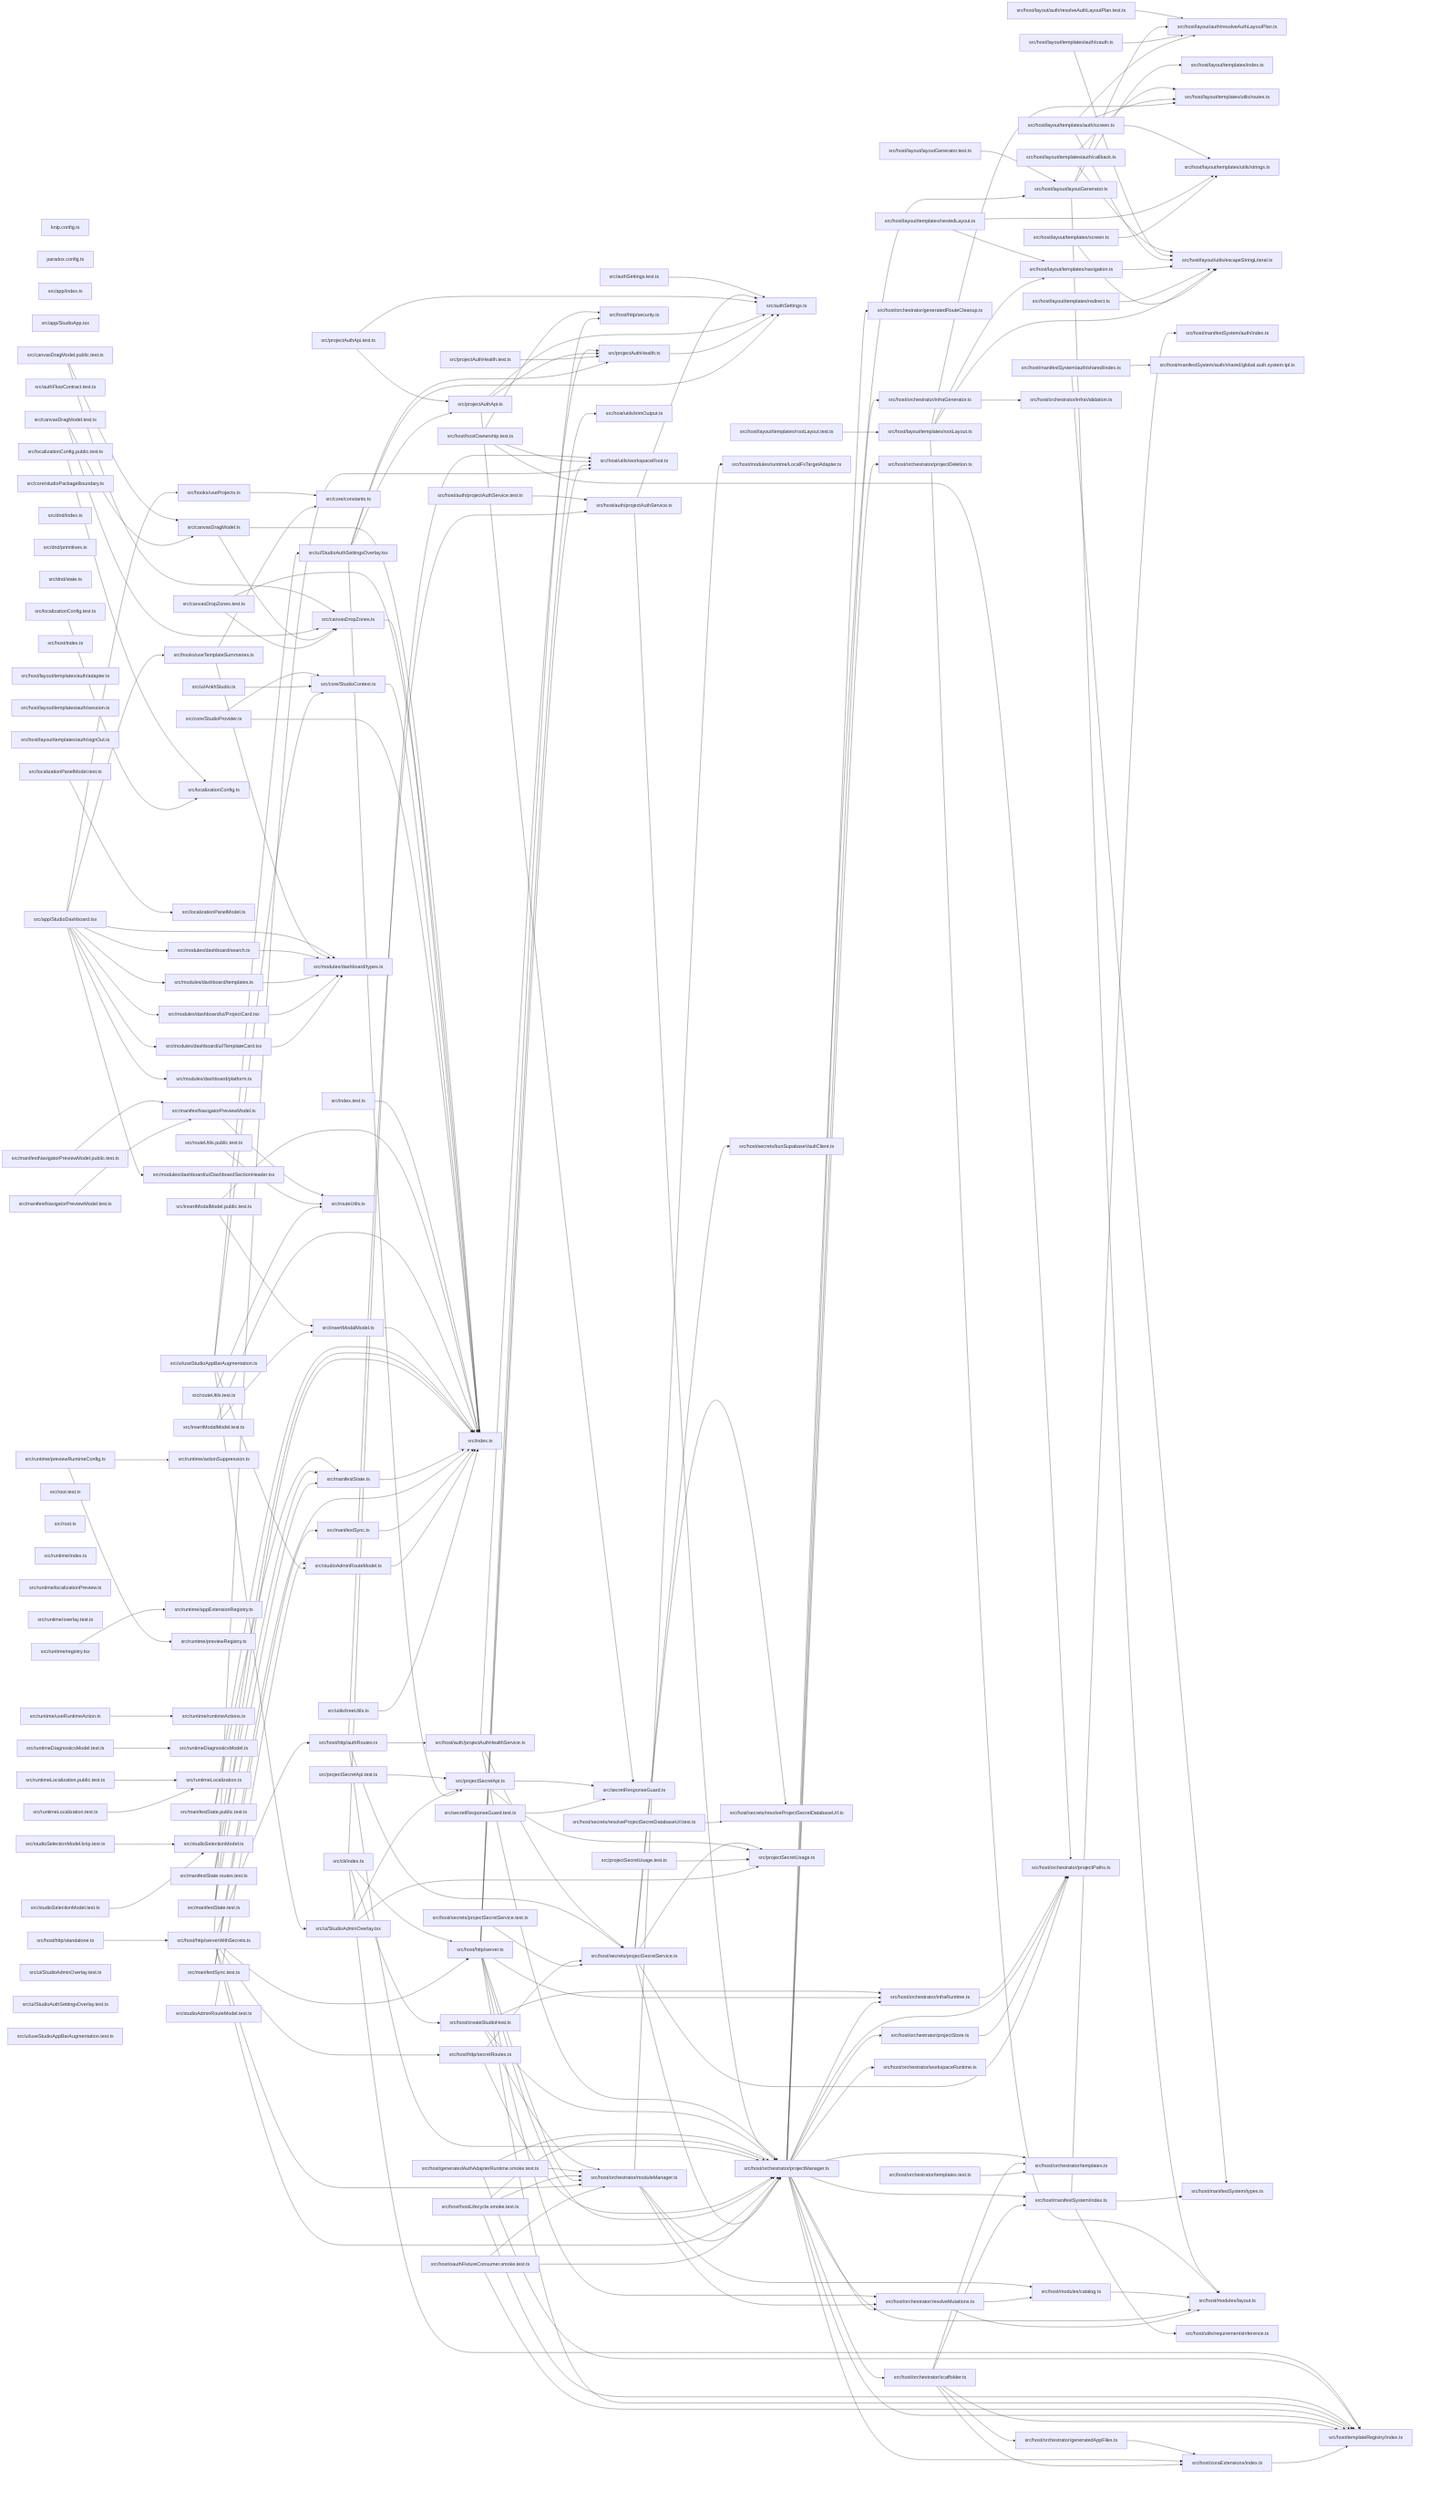
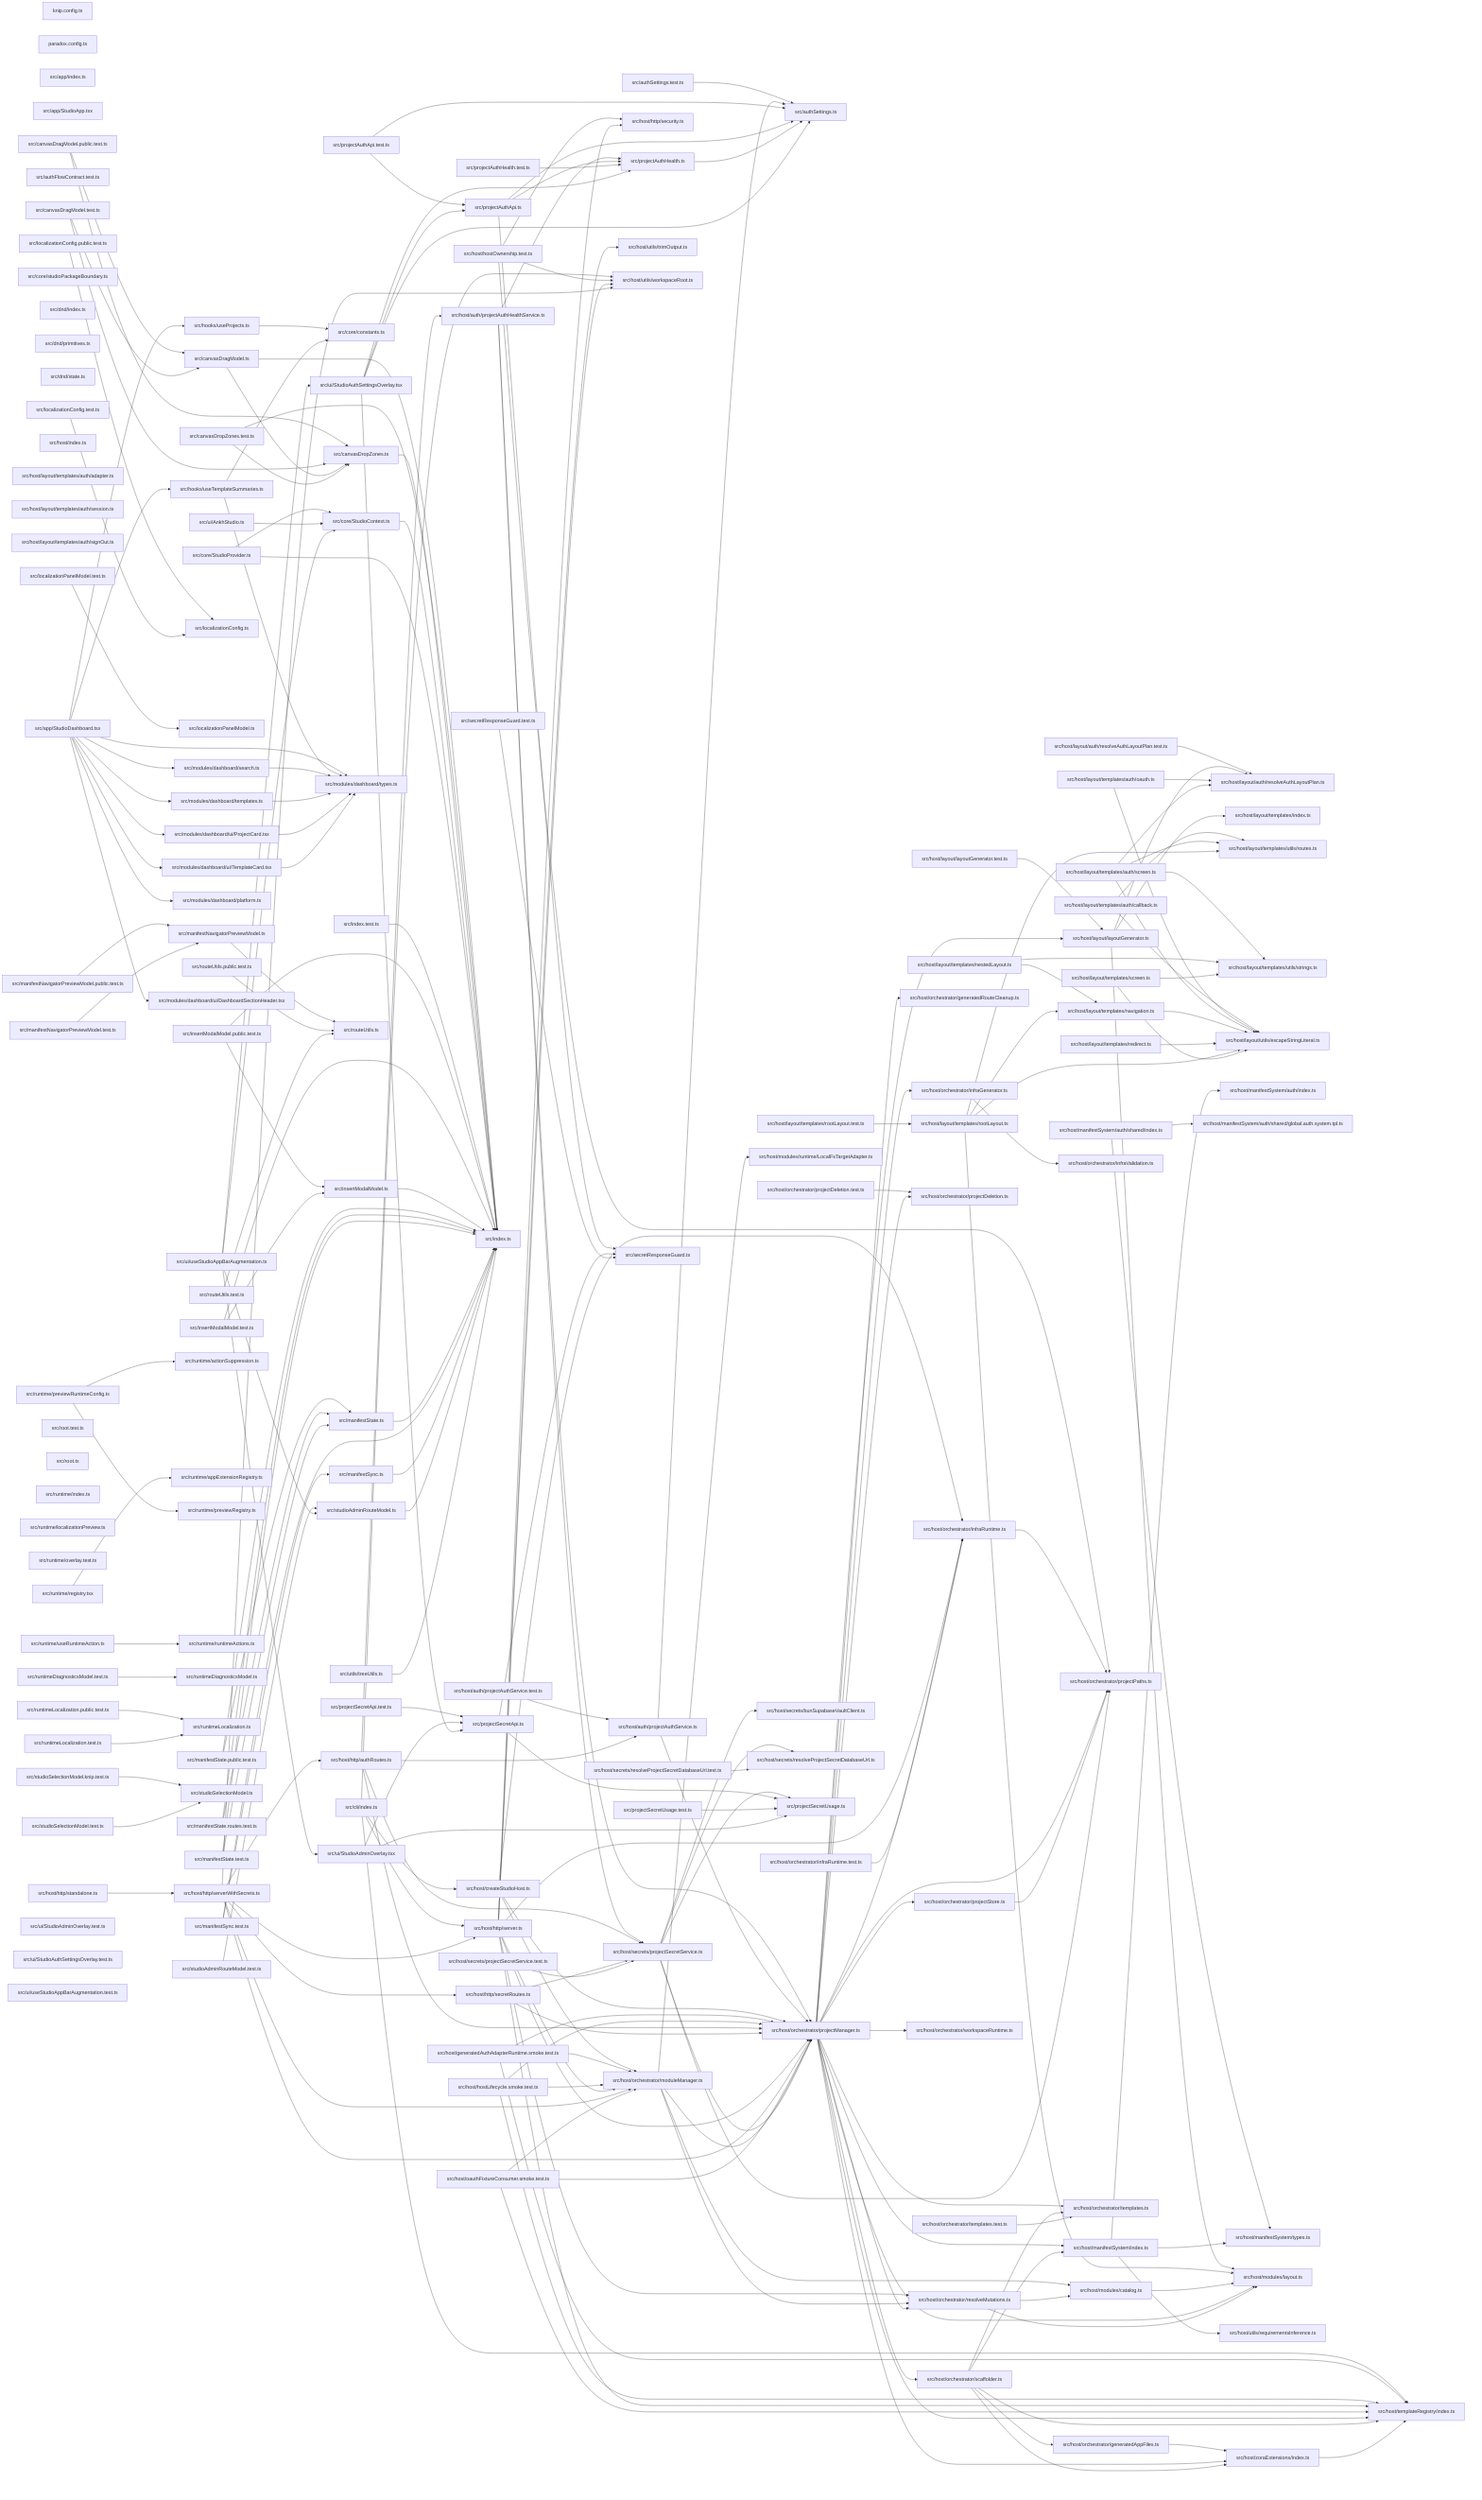
graph LR
  module_knip_config_ts["knip.config.ts"]
  module_paradox_config_ts["paradox.config.ts"]
  module_src_app_index_ts["src/app/index.ts"]
  module_src_app_StudioApp_tsx["src/app/StudioApp.tsx"]
  module_src_app_StudioDashboard_tsx["src/app/StudioDashboard.tsx"]
  module_src_authFlowContract_test_ts["src/authFlowContract.test.ts"]
  module_src_authSettings_test_ts["src/authSettings.test.ts"]
  module_src_authSettings_ts["src/authSettings.ts"]
  module_src_canvasDragModel_public_test_ts["src/canvasDragModel.public.test.ts"]
  module_src_canvasDragModel_test_ts["src/canvasDragModel.test.ts"]
  module_src_canvasDragModel_ts["src/canvasDragModel.ts"]
  module_src_canvasDropZones_test_ts["src/canvasDropZones.test.ts"]
  module_src_canvasDropZones_ts["src/canvasDropZones.ts"]
  module_src_cli_index_ts["src/cli/index.ts"]
  module_src_core_constants_ts["src/core/constants.ts"]
  module_src_core_StudioContext_ts["src/core/StudioContext.ts"]
  module_src_core_studioPackageBoundary_ts["src/core/studioPackageBoundary.ts"]
  module_src_core_StudioProvider_ts["src/core/StudioProvider.ts"]
  module_src_dnd_index_ts["src/dnd/index.ts"]
  module_src_dnd_primitives_ts["src/dnd/primitives.ts"]
  module_src_dnd_state_ts["src/dnd/state.ts"]
  module_src_hooks_useProjects_ts["src/hooks/useProjects.ts"]
  module_src_hooks_useTemplateSummaries_ts["src/hooks/useTemplateSummaries.ts"]
  module_src_host_auth_projectAuthHealthService_ts["src/host/auth/projectAuthHealthService.ts"]
  module_src_host_auth_projectAuthService_test_ts["src/host/auth/projectAuthService.test.ts"]
  module_src_host_auth_projectAuthService_ts["src/host/auth/projectAuthService.ts"]
  module_src_host_createStudioHost_ts["src/host/createStudioHost.ts"]
  module_src_host_generatedAuthAdapterRuntime_smoke_test_ts["src/host/generatedAuthAdapterRuntime.smoke.test.ts"]
  module_src_host_hostLifecycle_smoke_test_ts["src/host/hostLifecycle.smoke.test.ts"]
  module_src_host_hostOwnership_test_ts["src/host/hostOwnership.test.ts"]
  module_src_host_http_authRoutes_ts["src/host/http/authRoutes.ts"]
  module_src_host_http_secretRoutes_ts["src/host/http/secretRoutes.ts"]
  module_src_host_http_security_ts["src/host/http/security.ts"]
  module_src_host_http_server_ts["src/host/http/server.ts"]
  module_src_host_http_serverWithSecrets_ts["src/host/http/serverWithSecrets.ts"]
  module_src_host_http_standalone_ts["src/host/http/standalone.ts"]
  module_src_host_index_ts["src/host/index.ts"]
  module_src_host_layout_auth_resolveAuthLayoutPlan_test_ts["src/host/layout/auth/resolveAuthLayoutPlan.test.ts"]
  module_src_host_layout_auth_resolveAuthLayoutPlan_ts["src/host/layout/auth/resolveAuthLayoutPlan.ts"]
  module_src_host_layout_layoutGenerator_test_ts["src/host/layout/layoutGenerator.test.ts"]
  module_src_host_layout_layoutGenerator_ts["src/host/layout/layoutGenerator.ts"]
  module_src_host_layout_templates_auth_adapter_ts["src/host/layout/templates/auth/adapter.ts"]
  module_src_host_layout_templates_auth_callback_ts["src/host/layout/templates/auth/callback.ts"]
  module_src_host_layout_templates_auth_oauth_ts["src/host/layout/templates/auth/oauth.ts"]
  module_src_host_layout_templates_auth_screen_ts["src/host/layout/templates/auth/screen.ts"]
  module_src_host_layout_templates_auth_session_ts["src/host/layout/templates/auth/session.ts"]
  module_src_host_layout_templates_auth_signOut_ts["src/host/layout/templates/auth/signOut.ts"]
  module_src_host_layout_templates_index_ts["src/host/layout/templates/index.ts"]
  module_src_host_layout_templates_navigation_ts["src/host/layout/templates/navigation.ts"]
  module_src_host_layout_templates_nestedLayout_ts["src/host/layout/templates/nestedLayout.ts"]
  module_src_host_layout_templates_redirect_ts["src/host/layout/templates/redirect.ts"]
  module_src_host_layout_templates_rootLayout_test_ts["src/host/layout/templates/rootLayout.test.ts"]
  module_src_host_layout_templates_rootLayout_ts["src/host/layout/templates/rootLayout.ts"]
  module_src_host_layout_templates_screen_ts["src/host/layout/templates/screen.ts"]
  module_src_host_layout_templates_utils_routes_ts["src/host/layout/templates/utils/routes.ts"]
  module_src_host_layout_templates_utils_strings_ts["src/host/layout/templates/utils/strings.ts"]
  module_src_host_layout_utils_escapeStringLiteral_ts["src/host/layout/utils/escapeStringLiteral.ts"]
  module_src_host_manifestSystem_auth_index_ts["src/host/manifestSystem/auth/index.ts"]
  module_src_host_manifestSystem_auth_shared_global_auth_system_tpl_ts["src/host/manifestSystem/auth/shared/global.auth.system.tpl.ts"]
  module_src_host_manifestSystem_auth_shared_index_ts["src/host/manifestSystem/auth/shared/index.ts"]
  module_src_host_manifestSystem_index_ts["src/host/manifestSystem/index.ts"]
  module_src_host_manifestSystem_types_ts["src/host/manifestSystem/types.ts"]
  module_src_host_modules_catalog_ts["src/host/modules/catalog.ts"]
  module_src_host_modules_layout_ts["src/host/modules/layout.ts"]
  module_src_host_modules_runtime_LocalFsTargetAdapter_ts["src/host/modules/runtime/LocalFsTargetAdapter.ts"]
  module_src_host_oauthFixtureConsumer_smoke_test_ts["src/host/oauthFixtureConsumer.smoke.test.ts"]
  module_src_host_orchestrator_generatedAppFiles_ts["src/host/orchestrator/generatedAppFiles.ts"]
  module_src_host_orchestrator_generatedRouteCleanup_ts["src/host/orchestrator/generatedRouteCleanup.ts"]
  module_src_host_orchestrator_infraGenerator_ts["src/host/orchestrator/infraGenerator.ts"]
+   module_src_host_orchestrator_infraRuntime_test_ts["src/host/orchestrator/infraRuntime.test.ts"]
  module_src_host_orchestrator_infraRuntime_ts["src/host/orchestrator/infraRuntime.ts"]
  module_src_host_orchestrator_infraValidation_ts["src/host/orchestrator/infraValidation.ts"]
  module_src_host_orchestrator_moduleManager_ts["src/host/orchestrator/moduleManager.ts"]
+   module_src_host_orchestrator_projectDeletion_test_ts["src/host/orchestrator/projectDeletion.test.ts"]
  module_src_host_orchestrator_projectDeletion_ts["src/host/orchestrator/projectDeletion.ts"]
  module_src_host_orchestrator_projectManager_ts["src/host/orchestrator/projectManager.ts"]
  module_src_host_orchestrator_projectPaths_ts["src/host/orchestrator/projectPaths.ts"]
  module_src_host_orchestrator_projectStore_ts["src/host/orchestrator/projectStore.ts"]
  module_src_host_orchestrator_resolveMutations_ts["src/host/orchestrator/resolveMutations.ts"]
  module_src_host_orchestrator_scaffolder_ts["src/host/orchestrator/scaffolder.ts"]
  module_src_host_orchestrator_templates_test_ts["src/host/orchestrator/templates.test.ts"]
  module_src_host_orchestrator_templates_ts["src/host/orchestrator/templates.ts"]
  module_src_host_orchestrator_workspaceRuntime_ts["src/host/orchestrator/workspaceRuntime.ts"]
  module_src_host_secrets_bunSupabaseVaultClient_ts["src/host/secrets/bunSupabaseVaultClient.ts"]
  module_src_host_secrets_projectSecretService_test_ts["src/host/secrets/projectSecretService.test.ts"]
  module_src_host_secrets_projectSecretService_ts["src/host/secrets/projectSecretService.ts"]
  module_src_host_secrets_resolveProjectSecretDatabaseUrl_test_ts["src/host/secrets/resolveProjectSecretDatabaseUrl.test.ts"]
  module_src_host_secrets_resolveProjectSecretDatabaseUrl_ts["src/host/secrets/resolveProjectSecretDatabaseUrl.ts"]
  module_src_host_templateRegistry_index_ts["src/host/templateRegistry/index.ts"]
  module_src_host_utils_requirementsInference_ts["src/host/utils/requirementsInference.ts"]
  module_src_host_utils_trimOutput_ts["src/host/utils/trimOutput.ts"]
  module_src_host_utils_workspaceRoot_ts["src/host/utils/workspaceRoot.ts"]
  module_src_host_zoraExtensions_index_ts["src/host/zoraExtensions/index.ts"]
  module_src_index_test_ts["src/index.test.ts"]
  module_src_index_ts["src/index.ts"]
  module_src_insertModalModel_public_test_ts["src/insertModalModel.public.test.ts"]
  module_src_insertModalModel_test_ts["src/insertModalModel.test.ts"]
  module_src_insertModalModel_ts["src/insertModalModel.ts"]
  module_src_localizationConfig_public_test_ts["src/localizationConfig.public.test.ts"]
  module_src_localizationConfig_test_ts["src/localizationConfig.test.ts"]
  module_src_localizationConfig_ts["src/localizationConfig.ts"]
  module_src_localizationPanelModel_test_ts["src/localizationPanelModel.test.ts"]
  module_src_localizationPanelModel_ts["src/localizationPanelModel.ts"]
  module_src_manifestNavigatorPreviewModel_public_test_ts["src/manifestNavigatorPreviewModel.public.test.ts"]
  module_src_manifestNavigatorPreviewModel_test_ts["src/manifestNavigatorPreviewModel.test.ts"]
  module_src_manifestNavigatorPreviewModel_ts["src/manifestNavigatorPreviewModel.ts"]
  module_src_manifestState_public_test_ts["src/manifestState.public.test.ts"]
  module_src_manifestState_routes_test_ts["src/manifestState.routes.test.ts"]
  module_src_manifestState_test_ts["src/manifestState.test.ts"]
  module_src_manifestState_ts["src/manifestState.ts"]
  module_src_manifestSync_test_ts["src/manifestSync.test.ts"]
  module_src_manifestSync_ts["src/manifestSync.ts"]
  module_src_modules_dashboard_platform_ts["src/modules/dashboard/platform.ts"]
  module_src_modules_dashboard_search_ts["src/modules/dashboard/search.ts"]
  module_src_modules_dashboard_templates_ts["src/modules/dashboard/templates.ts"]
  module_src_modules_dashboard_types_ts["src/modules/dashboard/types.ts"]
  module_src_modules_dashboard_ui_DashboardSectionHeader_tsx["src/modules/dashboard/ui/DashboardSectionHeader.tsx"]
  module_src_modules_dashboard_ui_ProjectCard_tsx["src/modules/dashboard/ui/ProjectCard.tsx"]
  module_src_modules_dashboard_ui_TemplateCard_tsx["src/modules/dashboard/ui/TemplateCard.tsx"]
  module_src_projectAuthApi_test_ts["src/projectAuthApi.test.ts"]
  module_src_projectAuthApi_ts["src/projectAuthApi.ts"]
  module_src_projectAuthHealth_test_ts["src/projectAuthHealth.test.ts"]
  module_src_projectAuthHealth_ts["src/projectAuthHealth.ts"]
  module_src_projectSecretApi_test_ts["src/projectSecretApi.test.ts"]
  module_src_projectSecretApi_ts["src/projectSecretApi.ts"]
  module_src_projectSecretUsage_test_ts["src/projectSecretUsage.test.ts"]
  module_src_projectSecretUsage_ts["src/projectSecretUsage.ts"]
  module_src_root_test_ts["src/root.test.ts"]
  module_src_root_ts["src/root.ts"]
  module_src_routeUtils_public_test_ts["src/routeUtils.public.test.ts"]
  module_src_routeUtils_test_ts["src/routeUtils.test.ts"]
  module_src_routeUtils_ts["src/routeUtils.ts"]
  module_src_runtime_actionSuppression_ts["src/runtime/actionSuppression.ts"]
  module_src_runtime_appExtensionRegistry_ts["src/runtime/appExtensionRegistry.ts"]
  module_src_runtime_index_ts["src/runtime/index.ts"]
  module_src_runtime_localizationPreview_ts["src/runtime/localizationPreview.ts"]
  module_src_runtime_overlay_test_ts["src/runtime/overlay.test.ts"]
  module_src_runtime_previewRegistry_ts["src/runtime/previewRegistry.ts"]
  module_src_runtime_previewRuntimeConfig_ts["src/runtime/previewRuntimeConfig.ts"]
  module_src_runtime_registry_tsx["src/runtime/registry.tsx"]
  module_src_runtime_runtimeActions_ts["src/runtime/runtimeActions.ts"]
  module_src_runtime_useRuntimeAction_ts["src/runtime/useRuntimeAction.ts"]
  module_src_runtimeDiagnosticsModel_test_ts["src/runtimeDiagnosticsModel.test.ts"]
  module_src_runtimeDiagnosticsModel_ts["src/runtimeDiagnosticsModel.ts"]
  module_src_runtimeLocalization_public_test_ts["src/runtimeLocalization.public.test.ts"]
  module_src_runtimeLocalization_test_ts["src/runtimeLocalization.test.ts"]
  module_src_runtimeLocalization_ts["src/runtimeLocalization.ts"]
  module_src_secretResponseGuard_test_ts["src/secretResponseGuard.test.ts"]
  module_src_secretResponseGuard_ts["src/secretResponseGuard.ts"]
  module_src_studioAdminRouteModel_test_ts["src/studioAdminRouteModel.test.ts"]
  module_src_studioAdminRouteModel_ts["src/studioAdminRouteModel.ts"]
  module_src_studioSelectionModel_knip_test_ts["src/studioSelectionModel.knip.test.ts"]
  module_src_studioSelectionModel_test_ts["src/studioSelectionModel.test.ts"]
  module_src_studioSelectionModel_ts["src/studioSelectionModel.ts"]
  module_src_ui_AnkhStudio_ts["src/ui/AnkhStudio.ts"]
  module_src_ui_StudioAdminOverlay_test_ts["src/ui/StudioAdminOverlay.test.ts"]
  module_src_ui_StudioAdminOverlay_tsx["src/ui/StudioAdminOverlay.tsx"]
  module_src_ui_StudioAuthSettingsOverlay_test_ts["src/ui/StudioAuthSettingsOverlay.test.ts"]
  module_src_ui_StudioAuthSettingsOverlay_tsx["src/ui/StudioAuthSettingsOverlay.tsx"]
  module_src_ui_useStudioAppBarAugmentation_test_ts["src/ui/useStudioAppBarAugmentation.test.ts"]
  module_src_ui_useStudioAppBarAugmentation_ts["src/ui/useStudioAppBarAugmentation.ts"]
  module_src_utils_treeUtils_ts["src/utils/treeUtils.ts"]
  module_src_app_StudioDashboard_tsx --> module_src_hooks_useProjects_ts
  module_src_app_StudioDashboard_tsx --> module_src_hooks_useTemplateSummaries_ts
  module_src_app_StudioDashboard_tsx --> module_src_modules_dashboard_platform_ts
  module_src_app_StudioDashboard_tsx --> module_src_modules_dashboard_search_ts
  module_src_app_StudioDashboard_tsx --> module_src_modules_dashboard_templates_ts
  module_src_app_StudioDashboard_tsx --> module_src_modules_dashboard_types_ts
  module_src_app_StudioDashboard_tsx --> module_src_modules_dashboard_ui_DashboardSectionHeader_tsx
  module_src_app_StudioDashboard_tsx --> module_src_modules_dashboard_ui_ProjectCard_tsx
  module_src_app_StudioDashboard_tsx --> module_src_modules_dashboard_ui_TemplateCard_tsx
  module_src_authSettings_test_ts --> module_src_authSettings_ts
  module_src_canvasDragModel_public_test_ts --> module_src_canvasDragModel_ts
  module_src_canvasDragModel_public_test_ts --> module_src_canvasDropZones_ts
  module_src_canvasDragModel_test_ts --> module_src_canvasDragModel_ts
  module_src_canvasDragModel_test_ts --> module_src_canvasDropZones_ts
  module_src_canvasDragModel_ts --> module_src_canvasDropZones_ts
  module_src_canvasDragModel_ts --> module_src_index_ts
  module_src_canvasDropZones_test_ts --> module_src_canvasDropZones_ts
  module_src_canvasDropZones_test_ts --> module_src_index_ts
  module_src_canvasDropZones_ts --> module_src_index_ts
  module_src_cli_index_ts --> module_src_host_createStudioHost_ts
  module_src_cli_index_ts --> module_src_host_http_server_ts
  module_src_cli_index_ts --> module_src_host_templateRegistry_index_ts
  module_src_cli_index_ts --> module_src_host_utils_workspaceRoot_ts
  module_src_core_StudioContext_ts --> module_src_index_ts
  module_src_core_StudioProvider_ts --> module_src_core_StudioContext_ts
  module_src_core_StudioProvider_ts --> module_src_index_ts
  module_src_hooks_useProjects_ts --> module_src_core_constants_ts
  module_src_hooks_useTemplateSummaries_ts --> module_src_core_constants_ts
  module_src_hooks_useTemplateSummaries_ts --> module_src_modules_dashboard_types_ts
  module_src_host_auth_projectAuthHealthService_ts --> module_src_host_orchestrator_projectManager_ts
  module_src_host_auth_projectAuthHealthService_ts --> module_src_host_secrets_projectSecretService_ts
  module_src_host_auth_projectAuthHealthService_ts --> module_src_projectAuthHealth_ts
  module_src_host_auth_projectAuthService_test_ts --> module_src_host_auth_projectAuthService_ts
  module_src_host_auth_projectAuthService_ts --> module_src_authSettings_ts
  module_src_host_auth_projectAuthService_ts --> module_src_host_orchestrator_projectManager_ts
  module_src_host_createStudioHost_ts --> module_src_host_orchestrator_infraRuntime_ts
  module_src_host_createStudioHost_ts --> module_src_host_orchestrator_moduleManager_ts
  module_src_host_createStudioHost_ts --> module_src_host_orchestrator_projectManager_ts
  module_src_host_generatedAuthAdapterRuntime_smoke_test_ts --> module_src_host_orchestrator_moduleManager_ts
  module_src_host_generatedAuthAdapterRuntime_smoke_test_ts --> module_src_host_orchestrator_projectManager_ts
  module_src_host_generatedAuthAdapterRuntime_smoke_test_ts --> module_src_host_templateRegistry_index_ts
  module_src_host_hostLifecycle_smoke_test_ts --> module_src_host_orchestrator_moduleManager_ts
  module_src_host_hostLifecycle_smoke_test_ts --> module_src_host_orchestrator_projectManager_ts
  module_src_host_hostLifecycle_smoke_test_ts --> module_src_host_templateRegistry_index_ts
  module_src_host_hostOwnership_test_ts --> module_src_host_http_security_ts
  module_src_host_hostOwnership_test_ts --> module_src_host_orchestrator_projectPaths_ts
  module_src_host_hostOwnership_test_ts --> module_src_host_utils_workspaceRoot_ts
  module_src_host_http_authRoutes_ts --> module_src_host_auth_projectAuthHealthService_ts
  module_src_host_http_authRoutes_ts --> module_src_host_auth_projectAuthService_ts
  module_src_host_http_authRoutes_ts --> module_src_host_orchestrator_projectManager_ts
  module_src_host_http_authRoutes_ts --> module_src_host_secrets_projectSecretService_ts
  module_src_host_http_secretRoutes_ts --> module_src_host_orchestrator_projectManager_ts
  module_src_host_http_secretRoutes_ts --> module_src_host_secrets_projectSecretService_ts
  module_src_host_http_server_ts --> module_src_host_http_security_ts
  module_src_host_http_server_ts --> module_src_host_orchestrator_infraRuntime_ts
  module_src_host_http_server_ts --> module_src_host_orchestrator_moduleManager_ts
  module_src_host_http_server_ts --> module_src_host_orchestrator_projectManager_ts
  module_src_host_http_server_ts --> module_src_host_orchestrator_resolveMutations_ts
  module_src_host_http_server_ts --> module_src_host_templateRegistry_index_ts
  module_src_host_http_server_ts --> module_src_host_utils_trimOutput_ts
  module_src_host_http_server_ts --> module_src_host_utils_workspaceRoot_ts
  module_src_host_http_serverWithSecrets_ts --> module_src_host_http_authRoutes_ts
  module_src_host_http_serverWithSecrets_ts --> module_src_host_http_secretRoutes_ts
  module_src_host_http_serverWithSecrets_ts --> module_src_host_http_server_ts
  module_src_host_http_serverWithSecrets_ts --> module_src_host_orchestrator_moduleManager_ts
  module_src_host_http_serverWithSecrets_ts --> module_src_host_orchestrator_projectManager_ts
  module_src_host_http_serverWithSecrets_ts --> module_src_host_utils_workspaceRoot_ts
  module_src_host_http_standalone_ts --> module_src_host_http_serverWithSecrets_ts
  module_src_host_layout_auth_resolveAuthLayoutPlan_test_ts --> module_src_host_layout_auth_resolveAuthLayoutPlan_ts
  module_src_host_layout_layoutGenerator_test_ts --> module_src_host_layout_layoutGenerator_ts
  module_src_host_layout_layoutGenerator_ts --> module_src_host_layout_auth_resolveAuthLayoutPlan_ts
  module_src_host_layout_layoutGenerator_ts --> module_src_host_layout_templates_index_ts
  module_src_host_layout_layoutGenerator_ts --> module_src_host_modules_layout_ts
  module_src_host_layout_templates_auth_callback_ts --> module_src_host_layout_templates_utils_routes_ts
  module_src_host_layout_templates_auth_callback_ts --> module_src_host_layout_utils_escapeStringLiteral_ts
  module_src_host_layout_templates_auth_oauth_ts --> module_src_host_layout_auth_resolveAuthLayoutPlan_ts
  module_src_host_layout_templates_auth_oauth_ts --> module_src_host_layout_utils_escapeStringLiteral_ts
  module_src_host_layout_templates_auth_screen_ts --> module_src_host_layout_auth_resolveAuthLayoutPlan_ts
  module_src_host_layout_templates_auth_screen_ts --> module_src_host_layout_templates_utils_routes_ts
  module_src_host_layout_templates_auth_screen_ts --> module_src_host_layout_templates_utils_strings_ts
  module_src_host_layout_templates_auth_screen_ts --> module_src_host_layout_utils_escapeStringLiteral_ts
  module_src_host_layout_templates_navigation_ts --> module_src_host_layout_utils_escapeStringLiteral_ts
  module_src_host_layout_templates_nestedLayout_ts --> module_src_host_layout_templates_navigation_ts
  module_src_host_layout_templates_nestedLayout_ts --> module_src_host_layout_templates_utils_strings_ts
  module_src_host_layout_templates_redirect_ts --> module_src_host_layout_utils_escapeStringLiteral_ts
  module_src_host_layout_templates_rootLayout_test_ts --> module_src_host_layout_templates_rootLayout_ts
  module_src_host_layout_templates_rootLayout_ts --> module_src_host_layout_templates_navigation_ts
  module_src_host_layout_templates_rootLayout_ts --> module_src_host_layout_templates_utils_routes_ts
  module_src_host_layout_templates_rootLayout_ts --> module_src_host_layout_utils_escapeStringLiteral_ts
  module_src_host_layout_templates_rootLayout_ts --> module_src_host_modules_layout_ts
  module_src_host_layout_templates_screen_ts --> module_src_host_layout_templates_utils_strings_ts
  module_src_host_layout_templates_screen_ts --> module_src_host_layout_utils_escapeStringLiteral_ts
  module_src_host_manifestSystem_auth_shared_index_ts --> module_src_host_manifestSystem_auth_shared_global_auth_system_tpl_ts
  module_src_host_manifestSystem_auth_shared_index_ts --> module_src_host_manifestSystem_types_ts
  module_src_host_manifestSystem_index_ts --> module_src_host_manifestSystem_auth_index_ts
  module_src_host_manifestSystem_index_ts --> module_src_host_manifestSystem_types_ts
  module_src_host_manifestSystem_index_ts --> module_src_host_utils_requirementsInference_ts
  module_src_host_modules_catalog_ts --> module_src_host_modules_layout_ts
  module_src_host_oauthFixtureConsumer_smoke_test_ts --> module_src_host_orchestrator_moduleManager_ts
  module_src_host_oauthFixtureConsumer_smoke_test_ts --> module_src_host_orchestrator_projectManager_ts
  module_src_host_oauthFixtureConsumer_smoke_test_ts --> module_src_host_templateRegistry_index_ts
  module_src_host_orchestrator_generatedAppFiles_ts --> module_src_host_zoraExtensions_index_ts
  module_src_host_orchestrator_infraGenerator_ts --> module_src_host_orchestrator_infraValidation_ts
+   module_src_host_orchestrator_infraRuntime_test_ts --> module_src_host_orchestrator_infraRuntime_ts
  module_src_host_orchestrator_infraRuntime_ts --> module_src_host_orchestrator_projectPaths_ts
  module_src_host_orchestrator_moduleManager_ts --> module_src_host_modules_catalog_ts
  module_src_host_orchestrator_moduleManager_ts --> module_src_host_modules_runtime_LocalFsTargetAdapter_ts
  module_src_host_orchestrator_moduleManager_ts --> module_src_host_orchestrator_projectManager_ts
  module_src_host_orchestrator_moduleManager_ts --> module_src_host_orchestrator_resolveMutations_ts
+   module_src_host_orchestrator_projectDeletion_test_ts --> module_src_host_orchestrator_projectDeletion_ts
  module_src_host_orchestrator_projectManager_ts --> module_src_host_layout_layoutGenerator_ts
  module_src_host_orchestrator_projectManager_ts --> module_src_host_manifestSystem_index_ts
  module_src_host_orchestrator_projectManager_ts --> module_src_host_modules_layout_ts
  module_src_host_orchestrator_projectManager_ts --> module_src_host_orchestrator_generatedRouteCleanup_ts
  module_src_host_orchestrator_projectManager_ts --> module_src_host_orchestrator_infraGenerator_ts
  module_src_host_orchestrator_projectManager_ts --> module_src_host_orchestrator_infraRuntime_ts
  module_src_host_orchestrator_projectManager_ts --> module_src_host_orchestrator_projectDeletion_ts
  module_src_host_orchestrator_projectManager_ts --> module_src_host_orchestrator_projectPaths_ts
  module_src_host_orchestrator_projectManager_ts --> module_src_host_orchestrator_projectStore_ts
  module_src_host_orchestrator_projectManager_ts --> module_src_host_orchestrator_resolveMutations_ts
  module_src_host_orchestrator_projectManager_ts --> module_src_host_orchestrator_scaffolder_ts
  module_src_host_orchestrator_projectManager_ts --> module_src_host_orchestrator_templates_ts
  module_src_host_orchestrator_projectManager_ts --> module_src_host_orchestrator_workspaceRuntime_ts
  module_src_host_orchestrator_projectManager_ts --> module_src_host_templateRegistry_index_ts
  module_src_host_orchestrator_projectManager_ts --> module_src_host_zoraExtensions_index_ts
  module_src_host_orchestrator_projectStore_ts --> module_src_host_orchestrator_projectPaths_ts
  module_src_host_orchestrator_resolveMutations_ts --> module_src_host_modules_catalog_ts
  module_src_host_orchestrator_resolveMutations_ts --> module_src_host_modules_layout_ts
  module_src_host_orchestrator_scaffolder_ts --> module_src_host_manifestSystem_index_ts
  module_src_host_orchestrator_scaffolder_ts --> module_src_host_orchestrator_generatedAppFiles_ts
  module_src_host_orchestrator_scaffolder_ts --> module_src_host_orchestrator_templates_ts
  module_src_host_orchestrator_scaffolder_ts --> module_src_host_templateRegistry_index_ts
  module_src_host_orchestrator_scaffolder_ts --> module_src_host_zoraExtensions_index_ts
  module_src_host_orchestrator_templates_test_ts --> module_src_host_orchestrator_templates_ts
  module_src_host_secrets_projectSecretService_test_ts --> module_src_host_secrets_projectSecretService_ts
  module_src_host_secrets_projectSecretService_ts --> module_src_host_orchestrator_projectManager_ts
  module_src_host_secrets_projectSecretService_ts --> module_src_host_orchestrator_projectPaths_ts
  module_src_host_secrets_projectSecretService_ts --> module_src_host_secrets_bunSupabaseVaultClient_ts
  module_src_host_secrets_projectSecretService_ts --> module_src_host_secrets_resolveProjectSecretDatabaseUrl_ts
  module_src_host_secrets_projectSecretService_ts --> module_src_projectSecretUsage_ts
  module_src_host_secrets_resolveProjectSecretDatabaseUrl_test_ts --> module_src_host_secrets_resolveProjectSecretDatabaseUrl_ts
  module_src_host_zoraExtensions_index_ts --> module_src_host_templateRegistry_index_ts
  module_src_index_test_ts --> module_src_index_ts
  module_src_insertModalModel_public_test_ts --> module_src_index_ts
  module_src_insertModalModel_public_test_ts --> module_src_insertModalModel_ts
  module_src_insertModalModel_test_ts --> module_src_index_ts
  module_src_insertModalModel_test_ts --> module_src_insertModalModel_ts
  module_src_insertModalModel_ts --> module_src_index_ts
  module_src_localizationConfig_public_test_ts --> module_src_localizationConfig_ts
  module_src_localizationConfig_test_ts --> module_src_localizationConfig_ts
  module_src_localizationPanelModel_test_ts --> module_src_localizationPanelModel_ts
  module_src_manifestNavigatorPreviewModel_public_test_ts --> module_src_manifestNavigatorPreviewModel_ts
  module_src_manifestNavigatorPreviewModel_test_ts --> module_src_manifestNavigatorPreviewModel_ts
  module_src_manifestNavigatorPreviewModel_ts --> module_src_routeUtils_ts
  module_src_manifestState_public_test_ts --> module_src_index_ts
  module_src_manifestState_public_test_ts --> module_src_manifestState_ts
  module_src_manifestState_routes_test_ts --> module_src_index_ts
  module_src_manifestState_routes_test_ts --> module_src_manifestState_ts
  module_src_manifestState_test_ts --> module_src_index_ts
  module_src_manifestState_test_ts --> module_src_manifestState_ts
  module_src_manifestState_ts --> module_src_index_ts
  module_src_manifestSync_test_ts --> module_src_index_ts
  module_src_manifestSync_test_ts --> module_src_manifestSync_ts
  module_src_manifestSync_ts --> module_src_index_ts
  module_src_modules_dashboard_search_ts --> module_src_modules_dashboard_types_ts
  module_src_modules_dashboard_templates_ts --> module_src_modules_dashboard_types_ts
  module_src_modules_dashboard_ui_ProjectCard_tsx --> module_src_modules_dashboard_types_ts
  module_src_modules_dashboard_ui_TemplateCard_tsx --> module_src_modules_dashboard_types_ts
  module_src_projectAuthApi_test_ts --> module_src_authSettings_ts
  module_src_projectAuthApi_test_ts --> module_src_projectAuthApi_ts
  module_src_projectAuthApi_ts --> module_src_authSettings_ts
  module_src_projectAuthApi_ts --> module_src_projectAuthHealth_ts
  module_src_projectAuthApi_ts --> module_src_secretResponseGuard_ts
  module_src_projectAuthHealth_test_ts --> module_src_projectAuthHealth_ts
  module_src_projectAuthHealth_ts --> module_src_authSettings_ts
  module_src_projectSecretApi_test_ts --> module_src_projectSecretApi_ts
  module_src_projectSecretApi_ts --> module_src_projectSecretUsage_ts
  module_src_projectSecretApi_ts --> module_src_secretResponseGuard_ts
  module_src_projectSecretUsage_test_ts --> module_src_projectSecretUsage_ts
  module_src_routeUtils_public_test_ts --> module_src_routeUtils_ts
  module_src_routeUtils_test_ts --> module_src_routeUtils_ts
  module_src_runtime_previewRuntimeConfig_ts --> module_src_runtime_actionSuppression_ts
  module_src_runtime_previewRuntimeConfig_ts --> module_src_runtime_previewRegistry_ts
  module_src_runtime_registry_tsx --> module_src_runtime_appExtensionRegistry_ts
  module_src_runtime_useRuntimeAction_ts --> module_src_runtime_runtimeActions_ts
  module_src_runtimeDiagnosticsModel_test_ts --> module_src_runtimeDiagnosticsModel_ts
  module_src_runtimeLocalization_public_test_ts --> module_src_runtimeLocalization_ts
  module_src_runtimeLocalization_test_ts --> module_src_runtimeLocalization_ts
  module_src_secretResponseGuard_test_ts --> module_src_secretResponseGuard_ts
  module_src_studioAdminRouteModel_test_ts --> module_src_studioAdminRouteModel_ts
  module_src_studioAdminRouteModel_ts --> module_src_index_ts
  module_src_studioSelectionModel_knip_test_ts --> module_src_studioSelectionModel_ts
  module_src_studioSelectionModel_test_ts --> module_src_studioSelectionModel_ts
  module_src_ui_AnkhStudio_ts --> module_src_core_StudioContext_ts
  module_src_ui_StudioAdminOverlay_tsx --> module_src_projectSecretApi_ts
  module_src_ui_StudioAdminOverlay_tsx --> module_src_projectSecretUsage_ts
  module_src_ui_StudioAuthSettingsOverlay_tsx --> module_src_authSettings_ts
  module_src_ui_StudioAuthSettingsOverlay_tsx --> module_src_projectAuthApi_ts
  module_src_ui_StudioAuthSettingsOverlay_tsx --> module_src_projectAuthHealth_ts
  module_src_ui_StudioAuthSettingsOverlay_tsx --> module_src_projectSecretApi_ts
  module_src_ui_useStudioAppBarAugmentation_ts --> module_src_core_StudioContext_ts
  module_src_ui_useStudioAppBarAugmentation_ts --> module_src_studioAdminRouteModel_ts
  module_src_ui_useStudioAppBarAugmentation_ts --> module_src_ui_StudioAdminOverlay_tsx
  module_src_ui_useStudioAppBarAugmentation_ts --> module_src_ui_StudioAuthSettingsOverlay_tsx
  module_src_utils_treeUtils_ts --> module_src_index_ts
